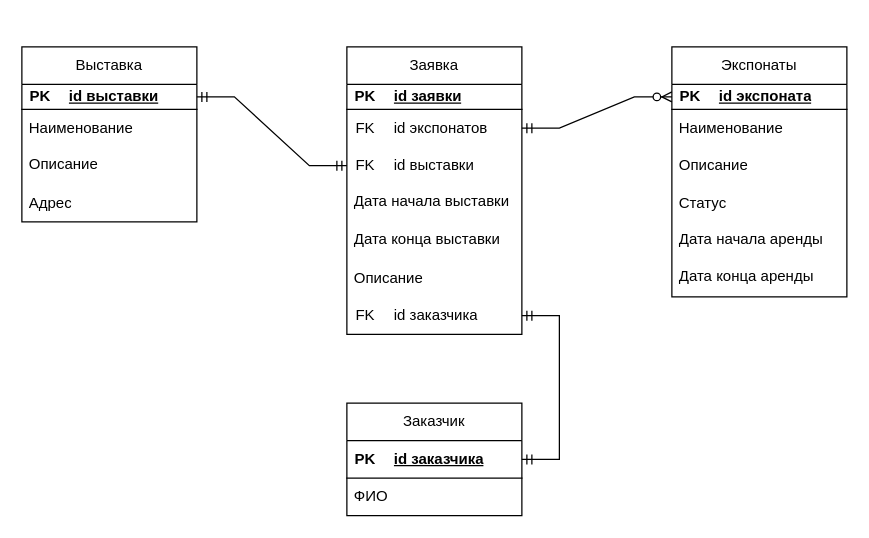
Before: Музей.drawio in Shalapai2009/Project, a draw.io diagram. Source tidied: cells renumbered, new cells numbered last; positions are measured from the earlier drawing's top-left corner, leaving out a move shared by most shapes. Both pictures are drawn from the tidied source at 125%, with x=0, y=0 at pixel (21, 46).
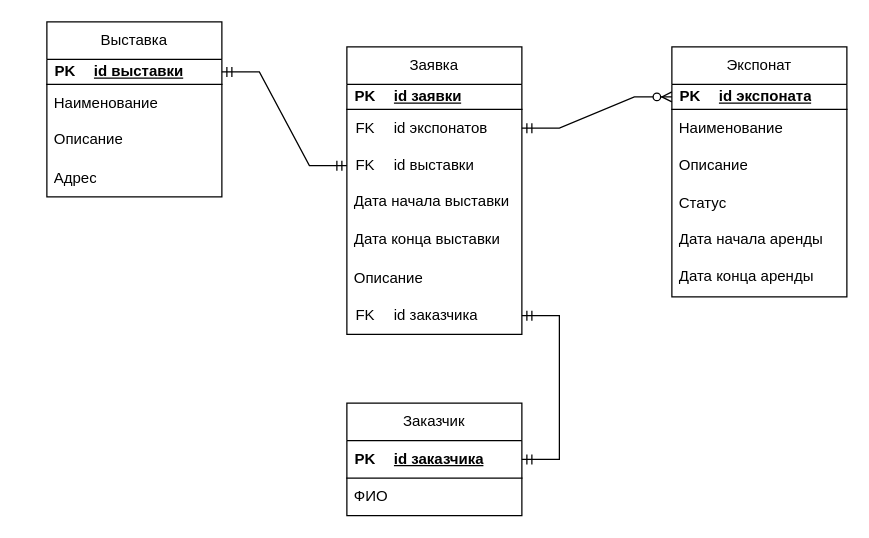
The same page after the edit.

What changed in the source:
```diff
@@
-    <mxCell id="2" value="Экспонаты" style="swimlane;fontStyle=0;horizontal=1;startSize=30;whiteSpace=wrap;html=1;" parent="1" vertex="1">
+    <mxCell id="2" value="Экспонат" style="swimlane;fontStyle=0;horizontal=1;startSize=30;whiteSpace=wrap;html=1;" parent="1" vertex="1">
       <mxGeometry x="520" width="140" height="200" as="geometry" />
     </mxCell>
@@
     <mxCell id="12" value="Выставка" style="swimlane;fontStyle=0;horizontal=1;startSize=30;whiteSpace=wrap;html=1;" parent="1" vertex="1">
-      <mxGeometry width="140" height="140" as="geometry" />
+      <mxGeometry x="20" y="-20" width="140" height="140" as="geometry" />
     </mxCell>
```
